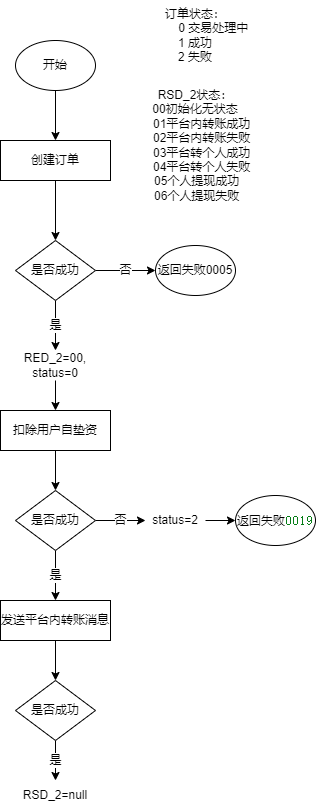
Above: 厦门国际代付订单状态流转.drawio.png in songyibo2019/mydiagrams (draw.io), before the change. Source tidied: cells renumbered, new cells last; positions are measured from the earlier drawing's top-left corner, leaving out a move shared by most shapes.
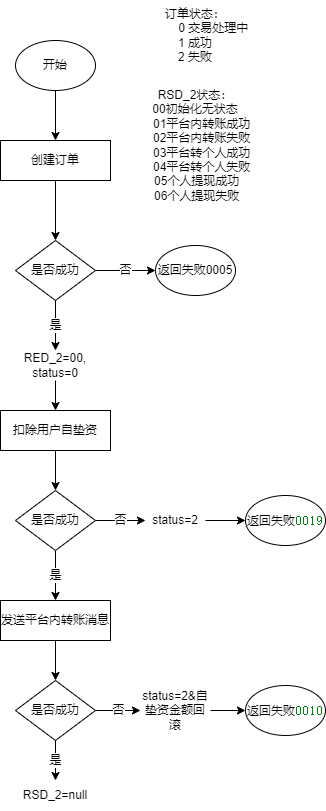
After the commit.

Commit message:
Update 厦门国际代付订单状态流转.drawio.png

Diff of the diagram source:
```diff
@@ -50,7 +50,7 @@
       <mxGeometry x="15" y="490" width="80" height="60" as="geometry" />
     </mxCell>
     <mxCell id="17" value="返回失败&lt;span style=&quot;color: rgb(6 , 125 , 23) ; background-color: rgb(255 , 255 , 255) ; font-family: &amp;#34;jetbrains mono&amp;#34; , monospace ; font-size: 9.8pt&quot;&gt;0019&lt;/span&gt;" style="ellipse;whiteSpace=wrap;html=1;" parent="1" vertex="1">
-      <mxGeometry x="235" y="495" width="80" height="50" as="geometry" />
+      <mxGeometry x="245" y="495" width="80" height="50" as="geometry" />
     </mxCell>
     <mxCell id="18" style="edgeStyle=orthogonalEdgeStyle;rounded=0;jettySize=auto;html=1;exitX=0.5;exitY=1;exitDx=0;exitDy=0;entryX=0.5;entryY=0;entryDx=0;entryDy=0;fontSize=10;" parent="1" edge="1" source="19" target="25">
       <mxGeometry relative="1" as="geometry" />
@@ -73,11 +73,23 @@
     <mxCell id="24" value="是" style="edgeStyle=orthogonalEdgeStyle;rounded=0;jettySize=auto;html=1;exitX=0.5;exitY=1;exitDx=0;exitDy=0;entryX=0.5;entryY=0;entryDx=0;entryDy=0;fontSize=10;" parent="1" edge="1" source="25" target="26">
       <mxGeometry relative="1" as="geometry" />
     </mxCell>
+    <mxCell id="27" value="否" style="edgeStyle=orthogonalEdgeStyle;rounded=0;jettySize=auto;html=1;exitX=1;exitY=0.5;exitDx=0;exitDy=0;fontSize=10;" parent="1" edge="1" source="25" target="29">
+      <mxGeometry relative="1" as="geometry" />
+    </mxCell>
     <mxCell id="25" value="是否成功" style="rhombus;whiteSpace=wrap;html=1;" parent="1" vertex="1">
       <mxGeometry x="15" y="680" width="80" height="60" as="geometry" />
     </mxCell>
     <mxCell id="26" value="RSD_2=null" style="text;html=1;strokeColor=none;fillColor=none;align=center;verticalAlign=middle;whiteSpace=wrap;rounded=0;fontSize=10;" parent="1" vertex="1">
       <mxGeometry x="20" y="780" width="70" height="30" as="geometry" />
     </mxCell>
+    <mxCell id="28" style="edgeStyle=orthogonalEdgeStyle;rounded=0;jettySize=auto;html=1;exitX=1;exitY=0.5;exitDx=0;exitDy=0;entryX=0;entryY=0.5;entryDx=0;entryDy=0;fontSize=10;" parent="1" edge="1" source="29" target="30">
+      <mxGeometry relative="1" as="geometry" />
+    </mxCell>
+    <mxCell id="29" value="status=2&amp;amp;自垫资金额回滚" style="text;html=1;strokeColor=none;fillColor=none;align=center;verticalAlign=middle;whiteSpace=wrap;rounded=0;fontSize=10;" parent="1" vertex="1">
+      <mxGeometry x="140" y="687.5" width="70" height="45" as="geometry" />
+    </mxCell>
+    <mxCell id="30" value="返回失败&lt;span style=&quot;color: rgb(6 , 125 , 23) ; background-color: rgb(255 , 255 , 255) ; font-family: &amp;#34;jetbrains mono&amp;#34; , monospace ; font-size: 9.8pt&quot;&gt;0010&lt;/span&gt;" style="ellipse;whiteSpace=wrap;html=1;" parent="1" vertex="1">
+      <mxGeometry x="245" y="685" width="80" height="50" as="geometry" />
+    </mxCell>
   </root>
 </mxGraphModel>
```
